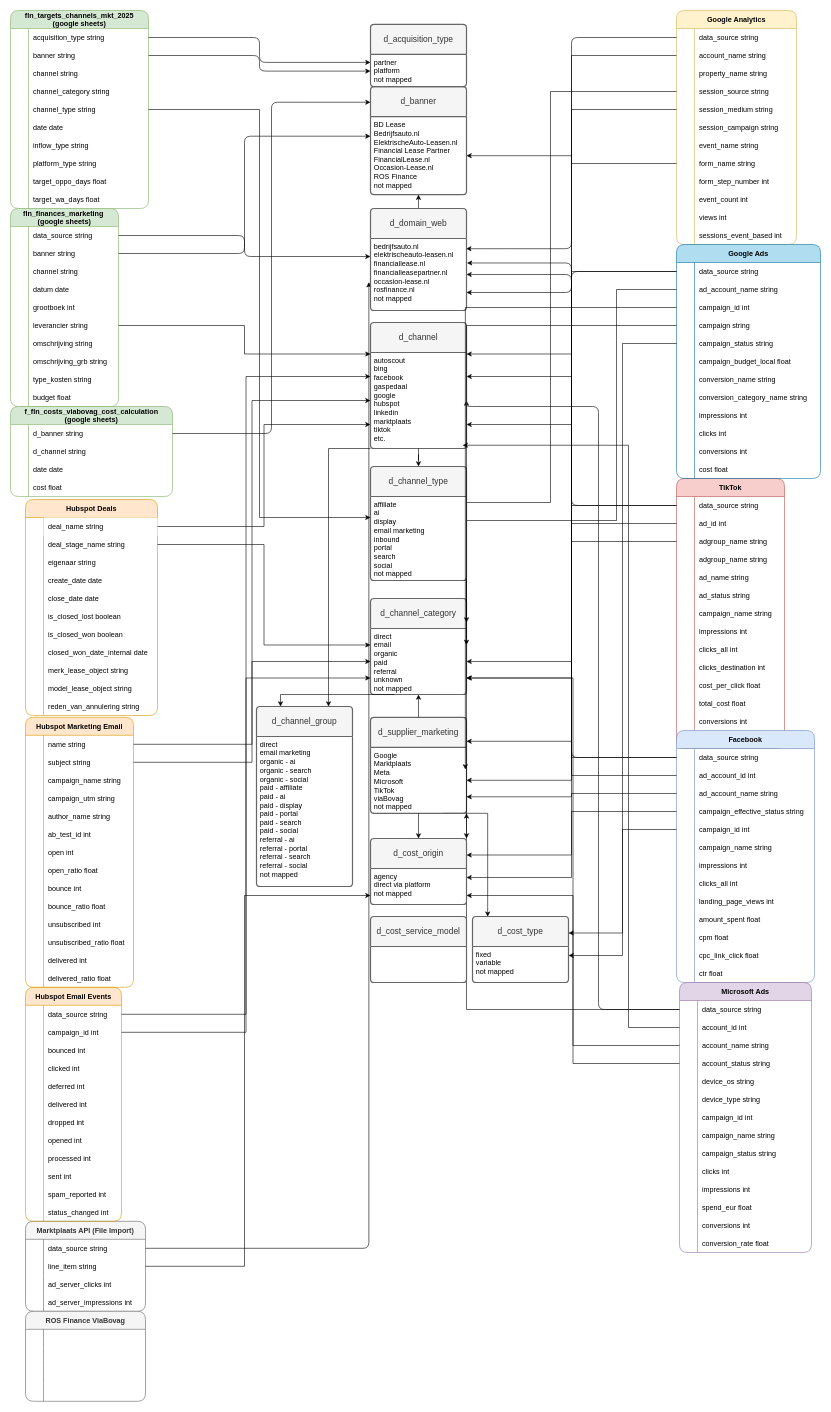
This is funnel_mapping.drawio from YveTDS/Draw_io, a draw.io file, before an edit. Source tidied: cells renumbered, new cells numbered last; positions are measured from the earlier drawing's top-left corner, leaving out a move shared by most shapes. Both pictures are drawn from the tidied source at 60%, with x=0, y=0 at pixel (10, 10).
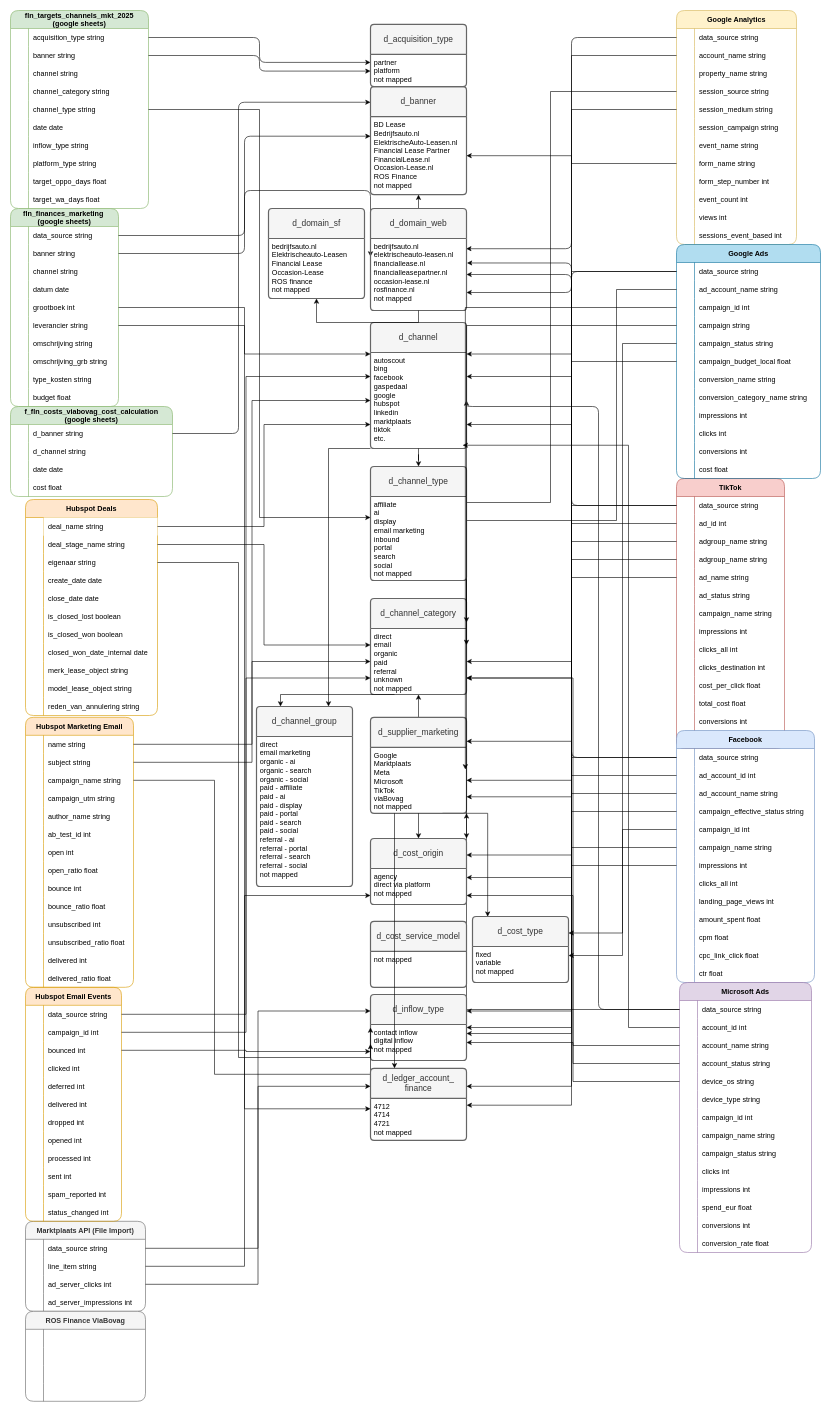
Above is the later version.

The change refers to these unchanged cells:
```xml
<mxCell id="3" style="shape=tableRow;horizontal=0;startSize=0;swimlaneHead=0;swimlaneBody=0;fillColor=none;points=[[0,0.5],[1,0.5]];portConstraint=eastwest;strokeColor=inherit;top=0;left=0;right=0;bottom=0;rounded=1;" parent="2" vertex="1">
  <mxGeometry y="30" width="180" height="30" as="geometry" />
</mxCell>
<mxCell id="15" style="shape=tableRow;horizontal=0;startSize=0;swimlaneHead=0;swimlaneBody=0;fillColor=none;points=[[0,0.5],[1,0.5]];portConstraint=eastwest;strokeColor=inherit;top=0;left=0;right=0;bottom=0;rounded=1;" parent="2" vertex="1">
  <mxGeometry y="150" width="180" height="30" as="geometry" />
</mxCell>
<mxCell id="34" style="shape=tableRow;horizontal=0;startSize=0;swimlaneHead=0;swimlaneBody=0;fillColor=none;points=[[0,0.5],[1,0.5]];portConstraint=eastwest;strokeColor=inherit;top=0;left=0;right=0;bottom=0;rounded=1;" parent="33" vertex="1">
  <mxGeometry y="30" width="270" height="30" as="geometry" />
</mxCell>
<mxCell id="78" value="d_banner" style="swimlane;horizontal=1;startSize=50;rounded=1;fontSize=14;fontStyle=0;strokeWidth=2;shadow=0;dashed=0;align=center;arcSize=4;whiteSpace=wrap;html=1;fillColor=#f5f5f5;fontColor=#333333;strokeColor=#666666;" parent="1" vertex="1">
  <mxGeometry x="600" y="127" width="160" height="180" as="geometry" />
</mxCell>
<mxCell id="132" style="shape=tableRow;horizontal=0;startSize=0;swimlaneHead=0;swimlaneBody=0;fillColor=none;points=[[0,0.5],[1,0.5]];portConstraint=eastwest;strokeColor=inherit;top=0;left=0;right=0;bottom=0;rounded=1;" parent="122" vertex="1">
  <mxGeometry y="120" width="180" height="30" as="geometry" />
</mxCell>
<mxCell id="135" style="shape=tableRow;horizontal=0;startSize=0;swimlaneHead=0;swimlaneBody=0;fillColor=none;points=[[0,0.5],[1,0.5]];portConstraint=eastwest;strokeColor=inherit;top=0;left=0;right=0;bottom=0;rounded=1;" parent="122" vertex="1">
  <mxGeometry y="150" width="180" height="30" as="geometry" />
</mxCell>
<mxCell id="182" style="shape=tableRow;horizontal=0;startSize=0;swimlaneHead=0;swimlaneBody=0;fillColor=none;points=[[0,0.5],[1,0.5]];portConstraint=eastwest;strokeColor=inherit;top=0;left=0;right=0;bottom=0;rounded=1;" parent="166" vertex="1">
  <mxGeometry y="180" width="230" height="30" as="geometry" />
</mxCell>
<mxCell id="185" style="shape=tableRow;horizontal=0;startSize=0;swimlaneHead=0;swimlaneBody=0;fillColor=none;points=[[0,0.5],[1,0.5]];portConstraint=eastwest;strokeColor=inherit;top=0;left=0;right=0;bottom=0;rounded=1;" parent="166" vertex="1">
  <mxGeometry y="210" width="230" height="30" as="geometry" />
</mxCell>
<mxCell id="223" style="shape=tableRow;horizontal=0;startSize=0;swimlaneHead=0;swimlaneBody=0;fillColor=none;points=[[0,0.5],[1,0.5]];portConstraint=eastwest;strokeColor=inherit;top=0;left=0;right=0;bottom=0;rounded=1;" parent="207" vertex="1">
  <mxGeometry y="180" width="240" height="30" as="geometry" />
</mxCell>
<mxCell id="258" style="shape=tableRow;horizontal=0;startSize=0;swimlaneHead=0;swimlaneBody=0;fillColor=none;points=[[0,0.5],[1,0.5]];portConstraint=eastwest;strokeColor=inherit;top=0;left=0;right=0;bottom=0;rounded=1;" parent="245" vertex="1">
  <mxGeometry y="150" width="220" height="30" as="geometry" />
</mxCell>
<mxCell id="289" style="shape=tableRow;horizontal=0;startSize=0;swimlaneHead=0;swimlaneBody=0;fillColor=none;points=[[0,0.5],[1,0.5]];portConstraint=eastwest;strokeColor=inherit;top=0;left=0;right=0;bottom=0;rounded=1;" parent="288" vertex="1">
  <mxGeometry y="30" width="200" height="30" as="geometry" />
</mxCell>
<mxCell id="295" style="shape=tableRow;horizontal=0;startSize=0;swimlaneHead=0;swimlaneBody=0;fillColor=none;points=[[0,0.5],[1,0.5]];portConstraint=eastwest;strokeColor=inherit;top=0;left=0;right=0;bottom=0;rounded=1;" parent="288" vertex="1">
  <mxGeometry y="90" width="200" height="30" as="geometry" />
</mxCell>
<mxCell id="309" style="shape=tableRow;horizontal=0;startSize=0;swimlaneHead=0;swimlaneBody=0;fillColor=none;points=[[0,0.5],[1,0.5]];portConstraint=eastwest;strokeColor=inherit;top=0;left=0;right=0;bottom=0;rounded=1;" parent="302" vertex="1">
  <mxGeometry y="90" width="220" height="30" as="geometry" />
</mxCell>
<mxCell id="343" style="shape=tableRow;horizontal=0;startSize=0;swimlaneHead=0;swimlaneBody=0;fillColor=none;points=[[0,0.5],[1,0.5]];portConstraint=eastwest;strokeColor=inherit;top=0;left=0;right=0;bottom=0;rounded=1;" parent="336" vertex="1">
  <mxGeometry y="90" width="160" height="30" as="geometry" />
</mxCell>
<mxCell id="380" style="shape=tableRow;horizontal=0;startSize=0;swimlaneHead=0;swimlaneBody=0;fillColor=none;points=[[0,0.5],[1,0.5]];portConstraint=eastwest;strokeColor=inherit;top=0;left=0;right=0;bottom=0;rounded=1;" parent="373" vertex="1">
  <mxGeometry y="90" width="180" height="30" as="geometry" />
</mxCell>
<mxCell id="420" value="bedrijfsauto.nl&lt;div&gt;elektrischeauto-leasen.nl&lt;/div&gt;&lt;div&gt;financiallease.nl&lt;/div&gt;&lt;div&gt;financialleasepartner.nl&lt;/div&gt;&lt;div&gt;occasion-lease.nl&lt;/div&gt;&lt;div&gt;rosfinance.nl&lt;/div&gt;&lt;div&gt;not mapped&lt;/div&gt;" style="align=left;strokeColor=none;fillColor=none;spacingLeft=4;spacingRight=4;fontSize=12;verticalAlign=top;html=1;whiteSpace=wrap;rounded=1;" parent="419" vertex="1">
  <mxGeometry y="50" width="160" height="120" as="geometry" />
</mxCell>
<mxCell id="461" value="&lt;div&gt;Google&lt;/div&gt;&lt;div&gt;Marktplaats&lt;/div&gt;&lt;div&gt;Meta&lt;/div&gt;&lt;div&gt;Microsoft&lt;/div&gt;&lt;div&gt;TikTok&lt;/div&gt;&lt;div&gt;viaBovag&lt;/div&gt;&lt;div&gt;not mapped&lt;/div&gt;" style="align=left;strokeColor=none;fillColor=none;spacingLeft=4;spacingRight=4;fontSize=12;verticalAlign=top;html=1;whiteSpace=wrap;rounded=1;" parent="460" vertex="1">
  <mxGeometry y="50" width="160" height="110" as="geometry" />
</mxCell>
```

The edit, as a diff of the source:
```diff
@@
     <mxCell id="81" style="edgeStyle=orthogonalEdgeStyle;rounded=1;jettySize=auto;html=1;exitX=1;exitY=0.5;exitDx=0;exitDy=0;entryX=0;entryY=0.144;entryDx=0;entryDy=0;entryPerimeter=0;" parent="1" edge="1" source="34" target="78">
-      <mxGeometry relative="1" as="geometry" />
+      <mxGeometry relative="1" as="geometry">
+        <Array as="points">
+          <mxPoint x="380" y="705" />
+          <mxPoint x="380" y="153" />
+        </Array>
+      </mxGeometry>
     </mxCell>
@@
     <mxCell id="120" style="edgeStyle=orthogonalEdgeStyle;rounded=1;jettySize=auto;html=1;exitX=1;exitY=0.5;exitDx=0;exitDy=0;entryX=0;entryY=0.25;entryDx=0;entryDy=0;" parent="1" edge="1" source="3" target="420">
-      <mxGeometry relative="1" as="geometry" />
+      <mxGeometry relative="1" as="geometry">
+        <Array as="points">
+          <mxPoint x="390" y="375" />
+          <mxPoint x="390" y="300" />
+          <mxPoint x="600" y="300" />
+        </Array>
+      </mxGeometry>
     </mxCell>
@@
-    <mxCell id="301" style="edgeStyle=orthogonalEdgeStyle;rounded=1;jettySize=auto;html=1;exitX=1;exitY=0.5;exitDx=0;exitDy=0;entryX=-0.017;entryY=0.606;entryDx=0;entryDy=0;entryPerimeter=0;" parent="1" edge="1" source="289" target="420">
-      <mxGeometry relative="1" as="geometry" />
-    </mxCell>
@@
-    <mxCell id="487" value="d_cost_service_model" style="swimlane;horizontal=1;startSize=50;rounded=1;fontSize=14;fontStyle=0;strokeWidth=2;shadow=0;dashed=0;align=center;arcSize=4;whiteSpace=wrap;html=1;fillColor=#f5f5f5;fontColor=#333333;strokeColor=#666666;" parent="1" vertex="1">
-      <mxGeometry x="600" y="1510" width="160" height="110" as="geometry" />
-    </mxCell>
-    <mxCell id="488" style="edgeStyle=orthogonalEdgeStyle;rounded=1;orthogonalLoop=1;jettySize=auto;html=1;exitX=0.5;exitY=1;exitDx=0;exitDy=0;" parent="487" edge="1">
-      <mxGeometry relative="1" as="geometry">
-        <mxPoint x="80" y="110" as="sourcePoint" />
-        <mxPoint x="80" y="110" as="targetPoint" />
-      </mxGeometry>
-    </mxCell>
@@
+    <mxCell id="487" value="d_cost_service_model" style="swimlane;horizontal=1;startSize=50;rounded=1;fontSize=14;fontStyle=0;strokeWidth=2;shadow=0;dashed=0;align=center;arcSize=4;whiteSpace=wrap;html=1;fillColor=#f5f5f5;fontColor=#333333;strokeColor=#666666;" parent="1" vertex="1">
+      <mxGeometry x="600" y="1518" width="160" height="110" as="geometry" />
+    </mxCell>
+    <mxCell id="495" value="&lt;div&gt;not mapped&lt;/div&gt;" style="align=left;strokeColor=none;fillColor=none;spacingLeft=4;spacingRight=4;fontSize=12;verticalAlign=top;html=1;whiteSpace=wrap;rounded=1;" parent="487" vertex="1">
+      <mxGeometry y="50" width="160" height="60" as="geometry" />
+    </mxCell>
+    <mxCell id="496" style="edgeStyle=orthogonalEdgeStyle;rounded=1;orthogonalLoop=1;jettySize=auto;html=1;exitX=0.5;exitY=1;exitDx=0;exitDy=0;" parent="487" edge="1" source="495" target="495">
+      <mxGeometry relative="1" as="geometry" />
+    </mxCell>
+    <mxCell id="497" value="d_inflow_type" style="swimlane;horizontal=1;startSize=50;rounded=1;fontSize=14;fontStyle=0;strokeWidth=2;shadow=0;dashed=0;align=center;arcSize=4;whiteSpace=wrap;html=1;fillColor=#f5f5f5;fontColor=#333333;strokeColor=#666666;" parent="1" vertex="1">
+      <mxGeometry x="600" y="1640" width="160" height="110" as="geometry" />
+    </mxCell>
+    <mxCell id="498" value="&lt;div&gt;contact inflow&lt;/div&gt;&lt;div&gt;digital inflow&lt;/div&gt;&lt;div&gt;not mapped&lt;/div&gt;" style="align=left;strokeColor=none;fillColor=none;spacingLeft=4;spacingRight=4;fontSize=12;verticalAlign=top;html=1;whiteSpace=wrap;rounded=1;" parent="497" vertex="1">
+      <mxGeometry y="50" width="160" height="60" as="geometry" />
+    </mxCell>
+    <mxCell id="499" style="edgeStyle=orthogonalEdgeStyle;rounded=1;orthogonalLoop=1;jettySize=auto;html=1;exitX=0.5;exitY=1;exitDx=0;exitDy=0;" parent="497" edge="1" source="498" target="498">
+      <mxGeometry relative="1" as="geometry" />
+    </mxCell>
+    <mxCell id="500" style="edgeStyle=orthogonalEdgeStyle;rounded=0;jettySize=auto;html=1;exitX=0;exitY=0.5;exitDx=0;exitDy=0;entryX=1;entryY=0.25;entryDx=0;entryDy=0;" parent="1" edge="1" source="223" target="497">
+      <mxGeometry relative="1" as="geometry" />
+    </mxCell>
+    <mxCell id="501" style="edgeStyle=orthogonalEdgeStyle;rounded=0;jettySize=auto;html=1;exitX=0;exitY=0.5;exitDx=0;exitDy=0;entryX=1;entryY=0.25;entryDx=0;entryDy=0;" parent="1" edge="1" source="132" target="498">
+      <mxGeometry relative="1" as="geometry" />
+    </mxCell>
+    <mxCell id="502" style="edgeStyle=orthogonalEdgeStyle;rounded=0;jettySize=auto;html=1;exitX=0;exitY=0.5;exitDx=0;exitDy=0;entryX=1;entryY=0.5;entryDx=0;entryDy=0;" parent="1" edge="1" source="182" target="497">
+      <mxGeometry relative="1" as="geometry" />
+    </mxCell>
+    <mxCell id="503" style="edgeStyle=orthogonalEdgeStyle;rounded=0;jettySize=auto;html=1;exitX=0;exitY=0.5;exitDx=0;exitDy=0;entryX=1;entryY=0.5;entryDx=0;entryDy=0;" parent="1" edge="1" source="258" target="498">
+      <mxGeometry relative="1" as="geometry" />
+    </mxCell>
+    <mxCell id="504" style="edgeStyle=orthogonalEdgeStyle;rounded=0;jettySize=auto;html=1;exitX=1;exitY=0.5;exitDx=0;exitDy=0;entryX=0;entryY=0.5;entryDx=0;entryDy=0;" parent="1" edge="1" source="309" target="497">
+      <mxGeometry relative="1" as="geometry">
+        <Array as="points">
+          <mxPoint x="380" y="920" />
+          <mxPoint x="380" y="1745" />
+        </Array>
+      </mxGeometry>
+    </mxCell>
+    <mxCell id="505" style="edgeStyle=orthogonalEdgeStyle;rounded=0;jettySize=auto;html=1;exitX=1;exitY=0.5;exitDx=0;exitDy=0;entryX=0;entryY=0.75;entryDx=0;entryDy=0;" parent="1" edge="1" source="380" target="497">
+      <mxGeometry relative="1" as="geometry">
+        <Array as="points">
+          <mxPoint x="340" y="1283" />
+          <mxPoint x="340" y="1773" />
+        </Array>
+      </mxGeometry>
+    </mxCell>
+    <mxCell id="506" style="edgeStyle=orthogonalEdgeStyle;rounded=0;jettySize=auto;html=1;exitX=1;exitY=0.5;exitDx=0;exitDy=0;entryX=0;entryY=0.75;entryDx=0;entryDy=0;" parent="1" edge="1" source="343" target="498">
+      <mxGeometry relative="1" as="geometry" />
+    </mxCell>
+    <mxCell id="507" style="edgeStyle=orthogonalEdgeStyle;rounded=0;jettySize=auto;html=1;exitX=1;exitY=0.5;exitDx=0;exitDy=0;entryX=0;entryY=0.25;entryDx=0;entryDy=0;" parent="1" edge="1" source="295" target="497">
+      <mxGeometry relative="1" as="geometry" />
+    </mxCell>
+    <mxCell id="508" value="d_domain_sf" style="swimlane;horizontal=1;startSize=50;rounded=1;fontSize=14;fontStyle=0;strokeWidth=2;shadow=0;dashed=0;align=center;arcSize=4;whiteSpace=wrap;html=1;fillColor=#f5f5f5;fontColor=#333333;strokeColor=#666666;" parent="1" vertex="1">
+      <mxGeometry x="430" y="330" width="160" height="150" as="geometry" />
+    </mxCell>
+    <mxCell id="509" value="&lt;div&gt;bedrijfsauto.nl&lt;/div&gt;&lt;div&gt;Elektrischeauto-Leasen&lt;/div&gt;&lt;div&gt;Financial Lease&lt;/div&gt;&lt;div&gt;Occasion-Lease&lt;/div&gt;&lt;div&gt;ROS finance&lt;/div&gt;&lt;div&gt;not mapped&lt;/div&gt;&lt;div&gt;&lt;br&gt;&lt;/div&gt;" style="align=left;strokeColor=none;fillColor=none;spacingLeft=4;spacingRight=4;fontSize=12;verticalAlign=top;html=1;whiteSpace=wrap;rounded=1;" parent="508" vertex="1">
+      <mxGeometry y="50" width="160" height="100" as="geometry" />
+    </mxCell>
+    <mxCell id="510" style="edgeStyle=orthogonalEdgeStyle;rounded=1;orthogonalLoop=1;jettySize=auto;html=1;exitX=0.5;exitY=1;exitDx=0;exitDy=0;" parent="508" edge="1" source="509" target="509">
+      <mxGeometry relative="1" as="geometry" />
+    </mxCell>
+    <mxCell id="511" style="edgeStyle=orthogonalEdgeStyle;rounded=0;jettySize=auto;html=1;exitX=0.5;exitY=1;exitDx=0;exitDy=0;entryX=0.5;entryY=1;entryDx=0;entryDy=0;" parent="1" edge="1" source="420" target="509">
+      <mxGeometry relative="1" as="geometry" />
+    </mxCell>
+    <mxCell id="512" value="d_ledger_account_&lt;div&gt;finance&lt;/div&gt;" style="swimlane;horizontal=1;startSize=50;rounded=1;fontSize=14;fontStyle=0;strokeWidth=2;shadow=0;dashed=0;align=center;arcSize=4;whiteSpace=wrap;html=1;fillColor=#f5f5f5;fontColor=#333333;strokeColor=#666666;" parent="1" vertex="1">
+      <mxGeometry x="600" y="1763" width="160" height="120" as="geometry" />
+    </mxCell>
+    <mxCell id="513" value="&lt;div&gt;4712&lt;/div&gt;&lt;div&gt;4714&lt;/div&gt;&lt;div&gt;4721&lt;/div&gt;&lt;div&gt;not mapped&lt;/div&gt;" style="align=left;strokeColor=none;fillColor=none;spacingLeft=4;spacingRight=4;fontSize=12;verticalAlign=top;html=1;whiteSpace=wrap;rounded=1;" parent="512" vertex="1">
+      <mxGeometry y="50" width="160" height="70" as="geometry" />
+    </mxCell>
+    <mxCell id="514" style="edgeStyle=orthogonalEdgeStyle;rounded=1;orthogonalLoop=1;jettySize=auto;html=1;exitX=0.5;exitY=1;exitDx=0;exitDy=0;" parent="512" edge="1" source="513" target="513">
+      <mxGeometry relative="1" as="geometry" />
+    </mxCell>
+    <mxCell id="515" style="edgeStyle=orthogonalEdgeStyle;rounded=0;jettySize=auto;html=1;exitX=1;exitY=0.5;exitDx=0;exitDy=0;entryX=0;entryY=0.25;entryDx=0;entryDy=0;" parent="1" edge="1" source="15" target="513">
+      <mxGeometry relative="1" as="geometry" />
+    </mxCell>
+    <mxCell id="516" style="edgeStyle=orthogonalEdgeStyle;rounded=0;jettySize=auto;html=1;exitX=0;exitY=0.5;exitDx=0;exitDy=0;entryX=1;entryY=0.25;entryDx=0;entryDy=0;" parent="1" edge="1" source="185" target="512">
+      <mxGeometry relative="1" as="geometry" />
+    </mxCell>
+    <mxCell id="517" style="edgeStyle=orthogonalEdgeStyle;rounded=0;jettySize=auto;html=1;exitX=0;exitY=0.5;exitDx=0;exitDy=0;entryX=1.002;entryY=0.164;entryDx=0;entryDy=0;entryPerimeter=0;" parent="1" edge="1" source="135" target="513">
+      <mxGeometry relative="1" as="geometry">
+        <Array as="points">
+          <mxPoint x="935" y="945" />
+          <mxPoint x="935" y="1825" />
+        </Array>
+      </mxGeometry>
+    </mxCell>
+    <mxCell id="518" style="edgeStyle=orthogonalEdgeStyle;rounded=0;jettySize=auto;html=1;exitX=1;exitY=0.5;exitDx=0;exitDy=0;entryX=0;entryY=0.25;entryDx=0;entryDy=0;" parent="1" edge="1" source="289" target="512">
+      <mxGeometry relative="1" as="geometry" />
+    </mxCell>
+    <mxCell id="519" style="edgeStyle=orthogonalEdgeStyle;rounded=0;jettySize=auto;html=1;exitX=0.25;exitY=1;exitDx=0;exitDy=0;entryX=0.25;entryY=0;entryDx=0;entryDy=0;" parent="1" edge="1" source="461" target="512">
+      <mxGeometry relative="1" as="geometry" />
+    </mxCell>
```
